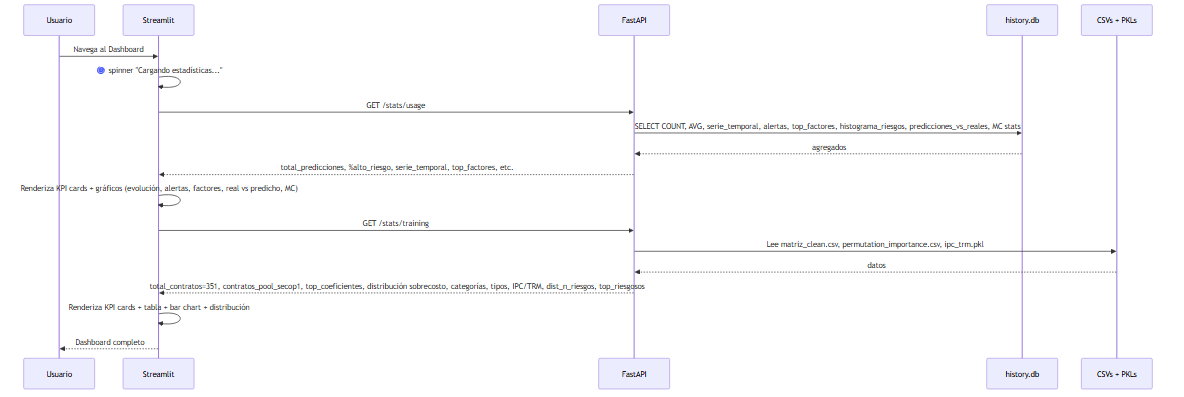
The Mermaid diagram docs/diagrams/8_5_flujo_de_datos_dashboard.png in sanan1297/risk_project, before a commit. Its source is kept beside it as docs/diagrams/8_5_flujo_de_datos_dashboard.mmd. Its diagram source:
```mermaid
sequenceDiagram
    participant U as Usuario
    participant F as Streamlit
    participant B as FastAPI
    participant DB as history.db
    participant Files as CSVs + PKLs

    U->>F: Navega al Dashboard
    F->>F: 🌀 spinner "Cargando estadísticas..."
    F->>B: GET /stats/usage
    B->>DB: SELECT COUNT, AVG, serie_temporal, alertas, top_factores, histograma_riesgos, predicciones_vs_reales, MC stats
    DB-->>B: agregados
    B-->>F: total_predicciones, %alto_riesgo, serie_temporal, top_factores, etc.
    F->>F: Renderiza KPI cards + gráficos (evolución, alertas, factores, real vs predicho, MC)
    F->>B: GET /stats/training
    B->>Files: Lee matriz_clean.csv, permutation_importance.csv, ipc_trm.pkl
    Files-->>B: datos
    B-->>F: total_contratos=351, contratos_pool_secop1, top_coeficientes, distribución sobrecosto, categorías, tipos, IPC/TRM, dist_n_riesgos, top_riesgosos
    F->>F: Renderiza KPI cards + tabla + bar chart + distribución
    F-->>U: Dashboard completo
```
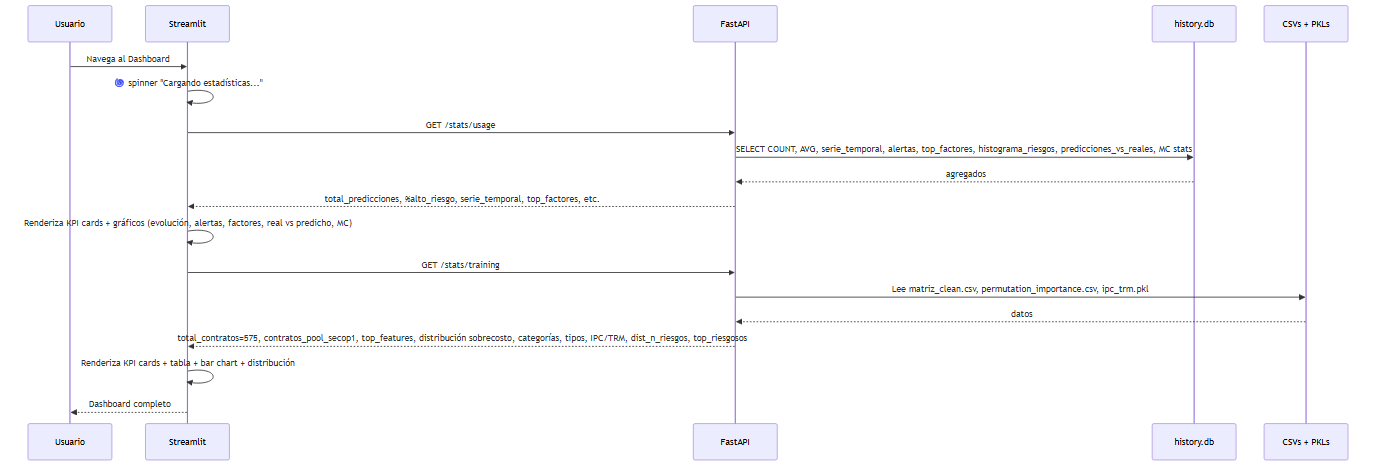
Later version of the same file.

Change to the diagram source:
```diff
@@ -15,6 +15,6 @@
     F->>B: GET /stats/training
     B->>Files: Lee matriz_clean.csv, permutation_importance.csv, ipc_trm.pkl
     Files-->>B: datos
-    B-->>F: total_contratos=351, contratos_pool_secop1, top_coeficientes, distribución sobrecosto, categorías, tipos, IPC/TRM, dist_n_riesgos, top_riesgosos
+    B-->>F: total_contratos=575, contratos_pool_secop1, top_features, distribución sobrecosto, categorías, tipos, IPC/TRM, dist_n_riesgos, top_riesgosos
     F->>F: Renderiza KPI cards + tabla + bar chart + distribución
     F-->>U: Dashboard completo
```
